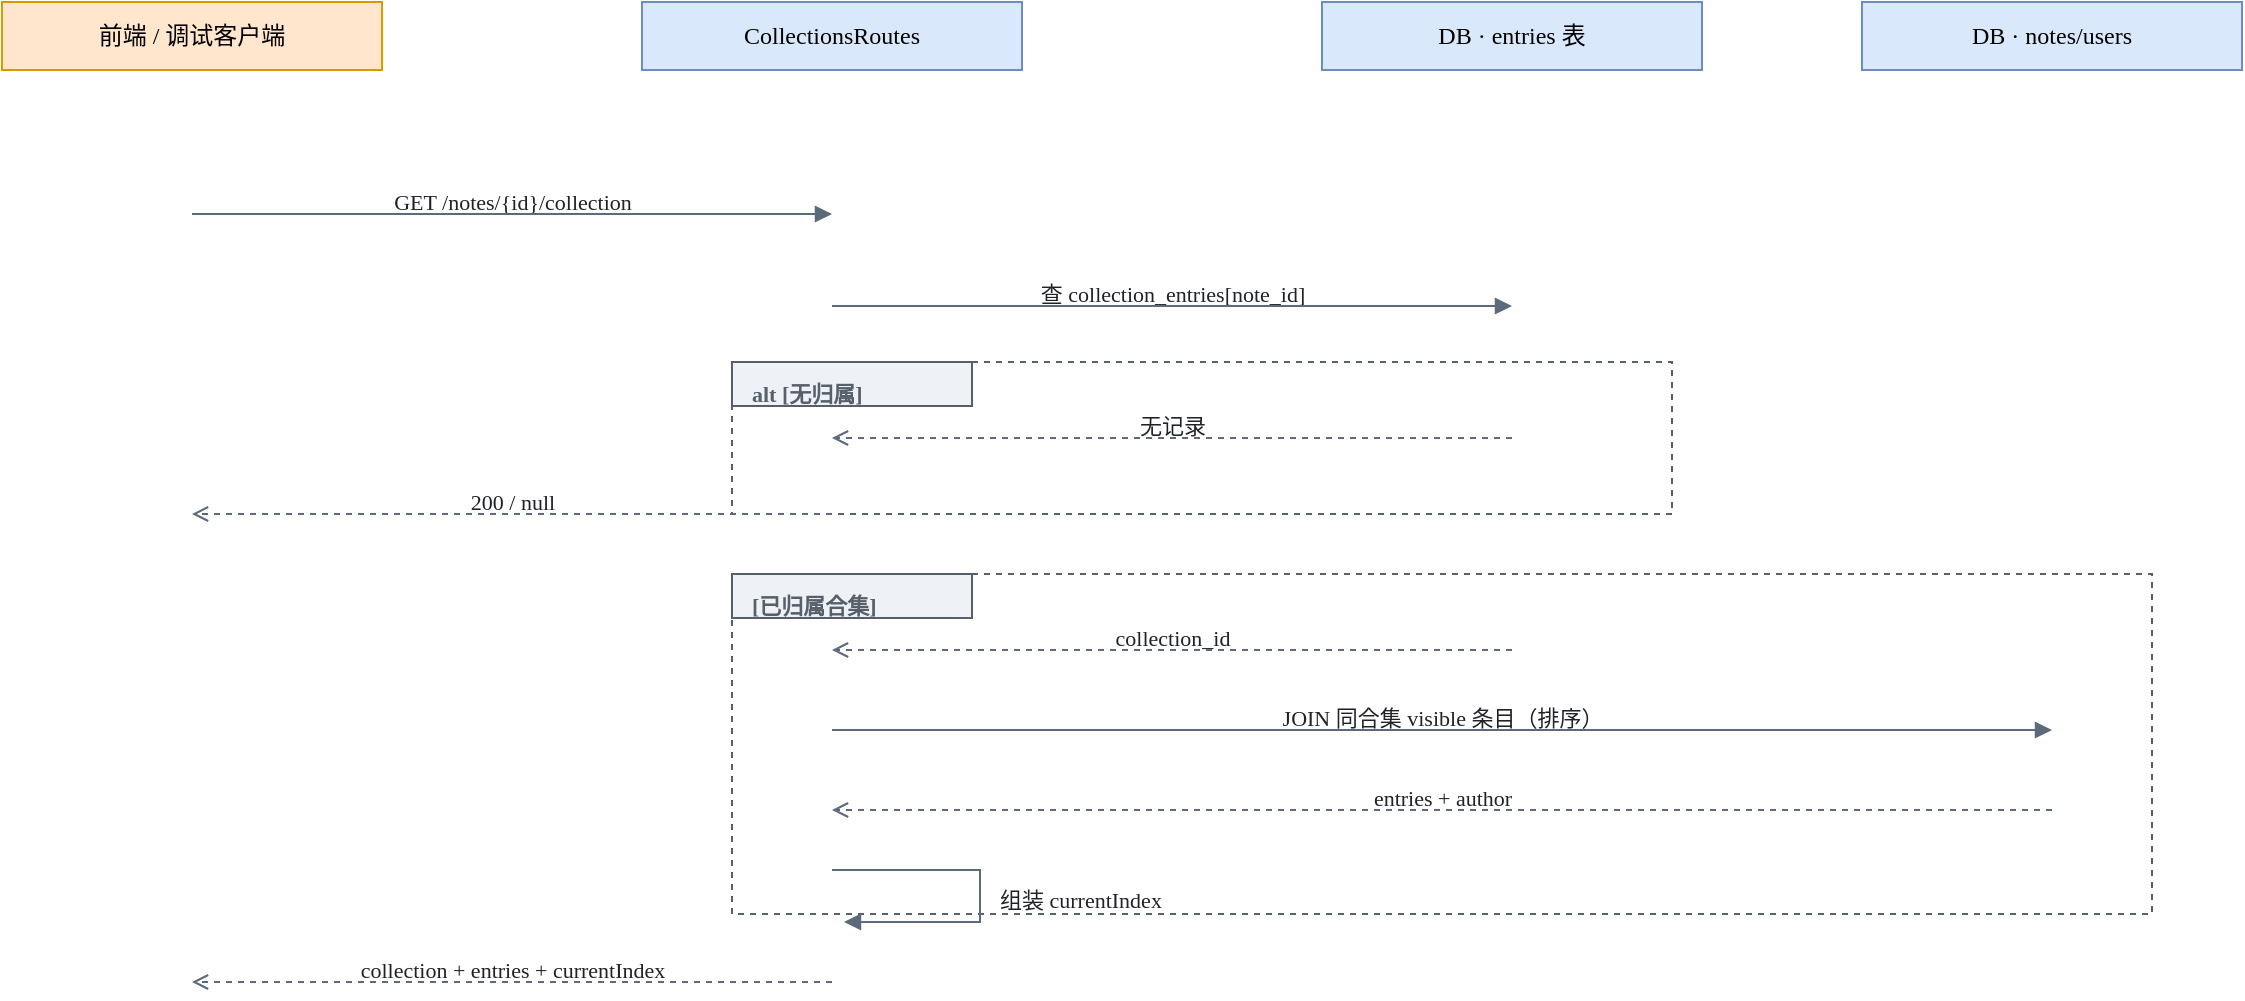
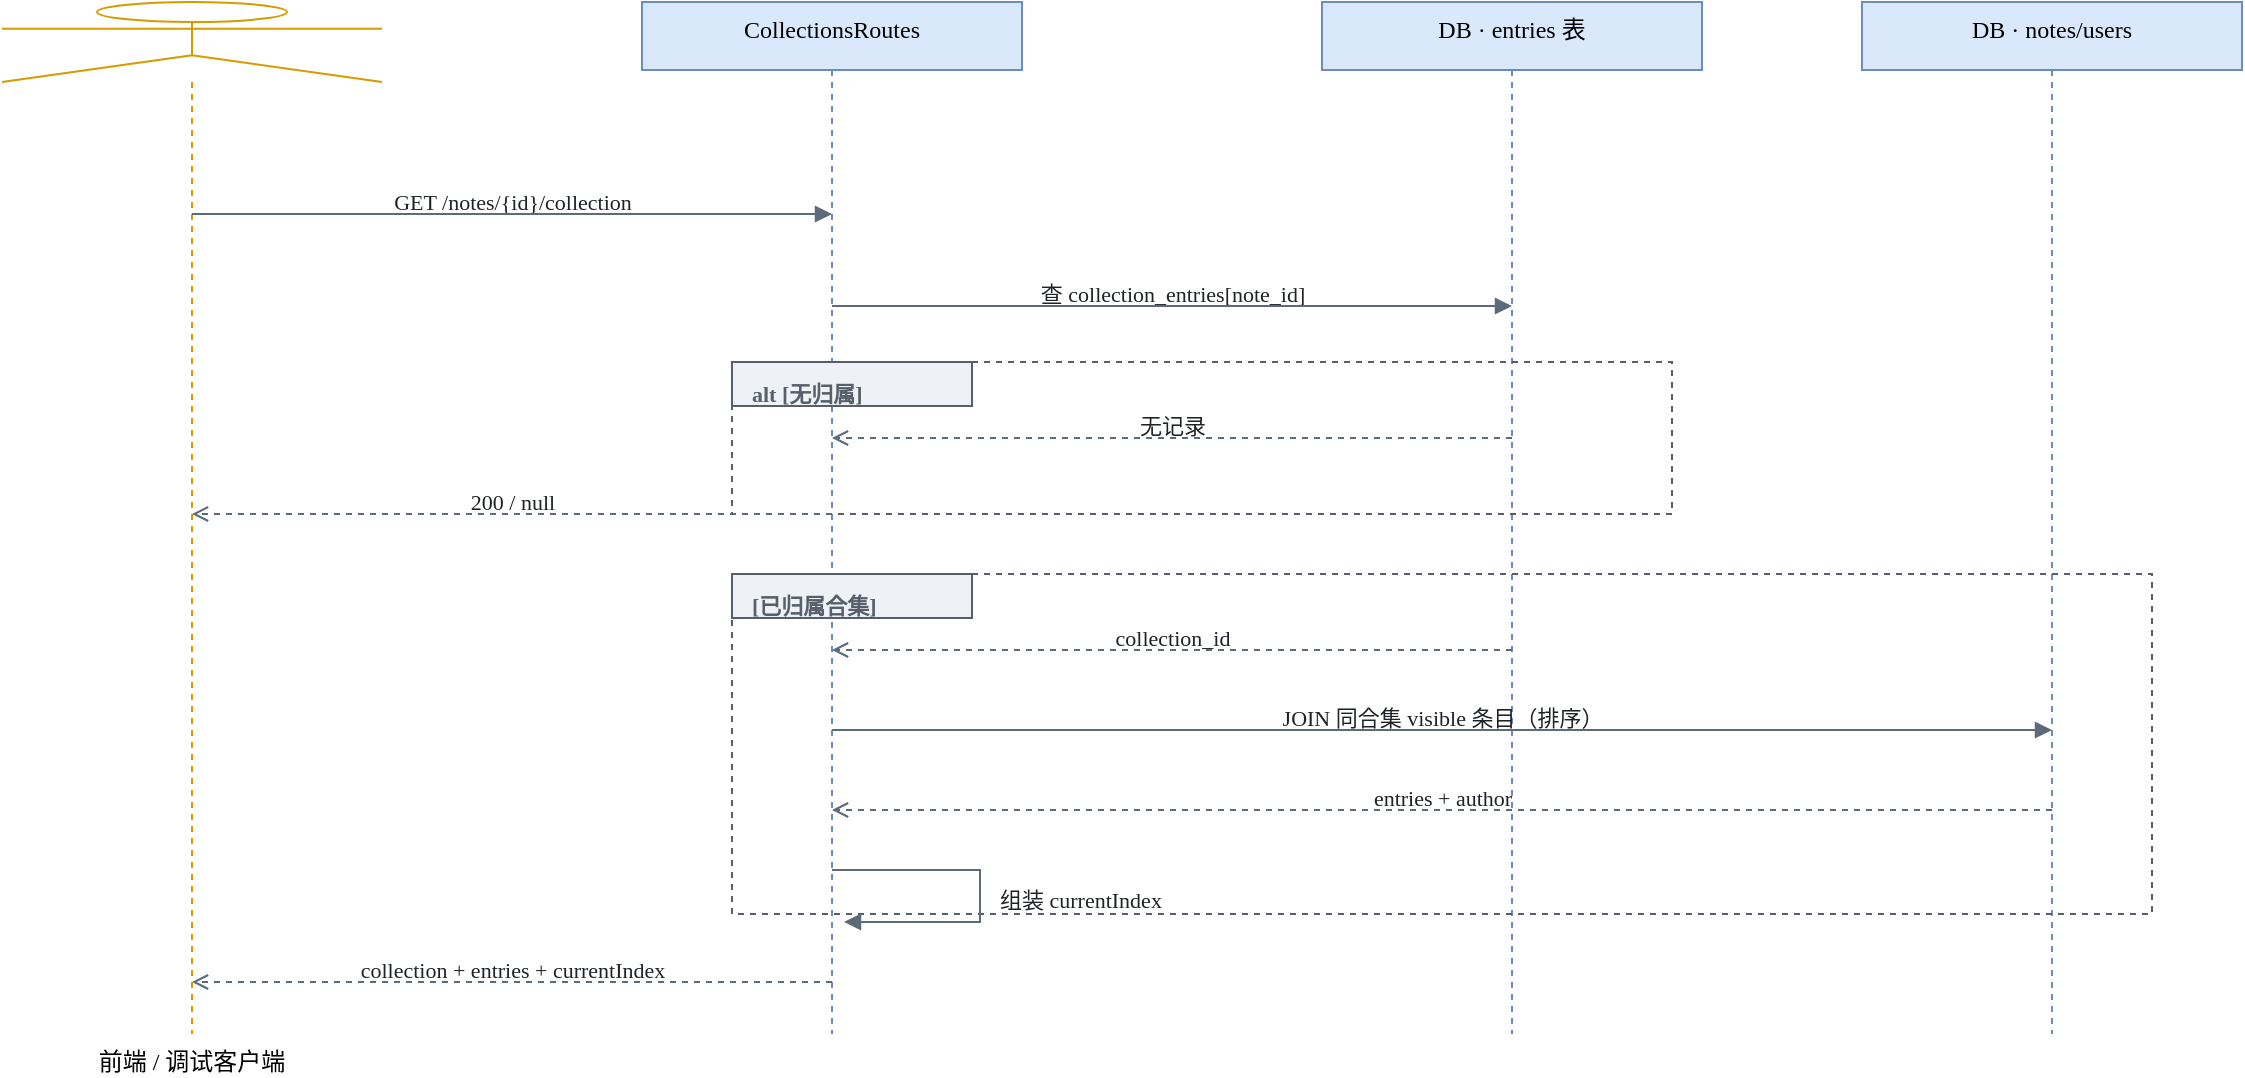
<mxfile host="app.diagrams.net" agent="figlib">
<diagram id="图6-10 顺序图·合集上下文查询" name="图6-10 顺序图·合集上下文查询">
<mxGraphModel dx="1280" dy="820" grid="0" gridSize="10" guides="1" tooltips="1" connect="1" arrows="1" fold="1" page="1" pageScale="1" pageWidth="1200" pageHeight="620" math="0" shadow="0"><root>
<mxCell id="0"/><mxCell id="1" parent="0"/>
- <mxCell id="C" value="前端 / 调试客户端" style="shape=umlLifeline;perimeter=lifelinePerimeter;whiteSpace=wrap;html=1;container=0;collapsible=0;fontFamily=SimSun;fontSize=12;fillColor=#ffe6cc;strokeColor=#d79b00;size=34;" vertex="1" parent="1"><mxGeometry x="65" y="44" width="190" height="34" as="geometry"/></mxCell>
- <mxCell id="API" value="CollectionsRoutes" style="shape=umlLifeline;perimeter=lifelinePerimeter;whiteSpace=wrap;html=1;container=0;collapsible=0;fontFamily=SimSun;fontSize=12;fillColor=#dae8fc;strokeColor=#6c8ebf;size=34;" vertex="1" parent="1"><mxGeometry x="385" y="44" width="190" height="34" as="geometry"/></mxCell>
- <mxCell id="DB" value="DB · entries 表" style="shape=umlLifeline;perimeter=lifelinePerimeter;whiteSpace=wrap;html=1;container=0;collapsible=0;fontFamily=SimSun;fontSize=12;fillColor=#dae8fc;strokeColor=#6c8ebf;size=34;" vertex="1" parent="1"><mxGeometry x="725" y="44" width="190" height="34" as="geometry"/></mxCell>
- <mxCell id="N" value="DB · notes/users" style="shape=umlLifeline;perimeter=lifelinePerimeter;whiteSpace=wrap;html=1;container=0;collapsible=0;fontFamily=SimSun;fontSize=12;fillColor=#dae8fc;strokeColor=#6c8ebf;size=34;" vertex="1" parent="1"><mxGeometry x="995" y="44" width="190" height="34" as="geometry"/></mxCell>
+ <mxCell id="C" value="前端 / 调试客户端" style="shape=umlLifeline;perimeter=lifelinePerimeter;whiteSpace=wrap;html=1;container=1;collapsible=0;recursiveResize=0;outlineConnect=0;fontFamily=SimSun;fontSize=12;verticalAlign=top;fillColor=none;strokeColor=#d79b00;size=40;participant=umlActor;verticalLabelPosition=bottom;labelPosition=center;" vertex="1" parent="1"><mxGeometry x="65" y="44" width="190" height="516" as="geometry"/></mxCell>
+ <mxCell id="API" value="CollectionsRoutes" style="shape=umlLifeline;perimeter=lifelinePerimeter;whiteSpace=wrap;html=1;container=1;collapsible=0;recursiveResize=0;outlineConnect=0;fontFamily=SimSun;fontSize=12;verticalAlign=top;fillColor=#dae8fc;strokeColor=#6c8ebf;size=34;" vertex="1" parent="1"><mxGeometry x="385" y="44" width="190" height="516" as="geometry"/></mxCell>
+ <mxCell id="DB" value="DB · entries 表" style="shape=umlLifeline;perimeter=lifelinePerimeter;whiteSpace=wrap;html=1;container=1;collapsible=0;recursiveResize=0;outlineConnect=0;fontFamily=SimSun;fontSize=12;verticalAlign=top;fillColor=#dae8fc;strokeColor=#6c8ebf;size=34;" vertex="1" parent="1"><mxGeometry x="725" y="44" width="190" height="516" as="geometry"/></mxCell>
+ <mxCell id="N" value="DB · notes/users" style="shape=umlLifeline;perimeter=lifelinePerimeter;whiteSpace=wrap;html=1;container=1;collapsible=0;recursiveResize=0;outlineConnect=0;fontFamily=SimSun;fontSize=12;verticalAlign=top;fillColor=#dae8fc;strokeColor=#6c8ebf;size=34;" vertex="1" parent="1"><mxGeometry x="995" y="44" width="190" height="516" as="geometry"/></mxCell>
<mxCell id="t1" value="GET /notes/{id}/collection" style="text=;html=1;strokeColor=none;fillColor=none;align=center;verticalAlign=top;fontFamily=SimSun;fontSize=11;fontColor=#1f2328;fontStyle=0;" vertex="1" parent="1"><mxGeometry x="170" y="131" width="300" height="16" as="geometry"/></mxCell>
<mxCell id="t2" value="查 collection_entries[note_id]" style="text=;html=1;strokeColor=none;fillColor=none;align=center;verticalAlign=top;fontFamily=SimSun;fontSize=11;fontColor=#1f2328;fontStyle=0;" vertex="1" parent="1"><mxGeometry x="500" y="177" width="300" height="16" as="geometry"/></mxCell>
<mxCell id="fr3" value="" style="whiteSpace=wrap;html=1;fontFamily=SimSun;fontSize=12;fillColor=none;strokeColor=#57606a;dashed=1;align=center;" vertex="1" parent="1"><mxGeometry x="430" y="224" width="470" height="76" as="geometry"/></mxCell>
<mxCell id="frtab4" value="" style="whiteSpace=wrap;html=1;fontFamily=SimSun;fontSize=12;fillColor=#eef2f7;strokeColor=#57606a;align=center;" vertex="1" parent="1"><mxGeometry x="430" y="224" width="120" height="22" as="geometry"/></mxCell>
<mxCell id="t5" value="alt [无归属]" style="text=;html=1;strokeColor=none;fillColor=none;align=left;verticalAlign=top;fontFamily=SimSun;fontSize=11;fontColor=#57606a;fontStyle=1;" vertex="1" parent="1"><mxGeometry x="438" y="227" width="112" height="16" as="geometry"/></mxCell>
<mxCell id="t6" value="无记录" style="text=;html=1;strokeColor=none;fillColor=none;align=center;verticalAlign=top;fontFamily=SimSun;fontSize=11;fontColor=#1f2328;fontStyle=0;" vertex="1" parent="1"><mxGeometry x="500" y="243" width="300" height="16" as="geometry"/></mxCell>
<mxCell id="t7" value="200 / null" style="text=;html=1;strokeColor=none;fillColor=none;align=center;verticalAlign=top;fontFamily=SimSun;fontSize=11;fontColor=#1f2328;fontStyle=0;" vertex="1" parent="1"><mxGeometry x="170" y="281" width="300" height="16" as="geometry"/></mxCell>
<mxCell id="fr8" value="" style="whiteSpace=wrap;html=1;fontFamily=SimSun;fontSize=12;fillColor=none;strokeColor=#57606a;dashed=1;align=center;" vertex="1" parent="1"><mxGeometry x="430" y="330" width="710" height="170" as="geometry"/></mxCell>
<mxCell id="frtab9" value="" style="whiteSpace=wrap;html=1;fontFamily=SimSun;fontSize=12;fillColor=#eef2f7;strokeColor=#57606a;align=center;" vertex="1" parent="1"><mxGeometry x="430" y="330" width="120" height="22" as="geometry"/></mxCell>
<mxCell id="t10" value="[已归属合集]" style="text=;html=1;strokeColor=none;fillColor=none;align=left;verticalAlign=top;fontFamily=SimSun;fontSize=11;fontColor=#57606a;fontStyle=1;" vertex="1" parent="1"><mxGeometry x="438" y="333" width="112" height="16" as="geometry"/></mxCell>
<mxCell id="t11" value="collection_id" style="text=;html=1;strokeColor=none;fillColor=none;align=center;verticalAlign=top;fontFamily=SimSun;fontSize=11;fontColor=#1f2328;fontStyle=0;" vertex="1" parent="1"><mxGeometry x="500" y="349" width="300" height="16" as="geometry"/></mxCell>
<mxCell id="t12" value="JOIN 同合集 visible 条目（排序）" style="text=;html=1;strokeColor=none;fillColor=none;align=center;verticalAlign=top;fontFamily=SimSun;fontSize=11;fontColor=#1f2328;fontStyle=0;" vertex="1" parent="1"><mxGeometry x="635" y="389" width="300" height="16" as="geometry"/></mxCell>
<mxCell id="t13" value="entries + author" style="text=;html=1;strokeColor=none;fillColor=none;align=center;verticalAlign=top;fontFamily=SimSun;fontSize=11;fontColor=#1f2328;fontStyle=0;" vertex="1" parent="1"><mxGeometry x="635" y="429" width="300" height="16" as="geometry"/></mxCell>
<mxCell id="t14" value="组装 currentIndex" style="text=;html=1;strokeColor=none;fillColor=none;align=left;verticalAlign=top;fontFamily=SimSun;fontSize=11;fontColor=#1f2328;fontStyle=0;" vertex="1" parent="1"><mxGeometry x="562" y="480" width="260" height="30" as="geometry"/></mxCell>
<mxCell id="t15" value="collection + entries + currentIndex" style="text=;html=1;strokeColor=none;fillColor=none;align=center;verticalAlign=top;fontFamily=SimSun;fontSize=11;fontColor=#1f2328;fontStyle=0;" vertex="1" parent="1"><mxGeometry x="170" y="515" width="300" height="16" as="geometry"/></mxCell>
<mxCell id="e0" value="" style="html=1;rounded=0;endArrow=block;endFill=1;strokeColor=#5b6b7b;fontFamily=SimSun;fontSize=11;fontColor=#57606a;" edge="1" parent="1"><mxGeometry relative="1" as="geometry"><mxPoint x="160" y="150" as="sourcePoint"/><mxPoint x="480" y="150" as="targetPoint"/></mxGeometry></mxCell>
<mxCell id="e1" value="" style="html=1;rounded=0;endArrow=block;endFill=1;strokeColor=#5b6b7b;fontFamily=SimSun;fontSize=11;fontColor=#57606a;" edge="1" parent="1"><mxGeometry relative="1" as="geometry"><mxPoint x="480" y="196" as="sourcePoint"/><mxPoint x="820" y="196" as="targetPoint"/></mxGeometry></mxCell>
<mxCell id="e2" value="" style="html=1;rounded=0;endArrow=open;endFill=0;strokeColor=#5b6b7b;fontFamily=SimSun;fontSize=11;fontColor=#57606a;dashed=1;" edge="1" parent="1"><mxGeometry relative="1" as="geometry"><mxPoint x="820" y="262" as="sourcePoint"/><mxPoint x="480" y="262" as="targetPoint"/></mxGeometry></mxCell>
<mxCell id="e3" value="" style="html=1;rounded=0;endArrow=open;endFill=0;strokeColor=#5b6b7b;fontFamily=SimSun;fontSize=11;fontColor=#57606a;dashed=1;" edge="1" parent="1"><mxGeometry relative="1" as="geometry"><mxPoint x="480" y="300" as="sourcePoint"/><mxPoint x="160" y="300" as="targetPoint"/></mxGeometry></mxCell>
<mxCell id="e4" value="" style="html=1;rounded=0;endArrow=open;endFill=0;strokeColor=#5b6b7b;fontFamily=SimSun;fontSize=11;fontColor=#57606a;dashed=1;" edge="1" parent="1"><mxGeometry relative="1" as="geometry"><mxPoint x="820" y="368" as="sourcePoint"/><mxPoint x="480" y="368" as="targetPoint"/></mxGeometry></mxCell>
<mxCell id="e5" value="" style="html=1;rounded=0;endArrow=block;endFill=1;strokeColor=#5b6b7b;fontFamily=SimSun;fontSize=11;fontColor=#57606a;" edge="1" parent="1"><mxGeometry relative="1" as="geometry"><mxPoint x="480" y="408" as="sourcePoint"/><mxPoint x="1090" y="408" as="targetPoint"/></mxGeometry></mxCell>
<mxCell id="e6" value="" style="html=1;rounded=0;endArrow=open;endFill=0;strokeColor=#5b6b7b;fontFamily=SimSun;fontSize=11;fontColor=#57606a;dashed=1;" edge="1" parent="1"><mxGeometry relative="1" as="geometry"><mxPoint x="1090" y="448" as="sourcePoint"/><mxPoint x="480" y="448" as="targetPoint"/></mxGeometry></mxCell>
<mxCell id="e7" value="" style="html=1;rounded=0;endArrow=block;endFill=1;strokeColor=#5b6b7b;fontFamily=SimSun;fontSize=11;fontColor=#57606a;" edge="1" parent="1"><mxGeometry relative="1" as="geometry"><mxPoint x="480" y="478" as="sourcePoint"/><mxPoint x="486" y="504" as="targetPoint"/><Array as="points"><mxPoint x="554" y="478"/><mxPoint x="554" y="504"/></Array></mxGeometry></mxCell>
<mxCell id="e8" value="" style="html=1;rounded=0;endArrow=open;endFill=0;strokeColor=#5b6b7b;fontFamily=SimSun;fontSize=11;fontColor=#57606a;dashed=1;" edge="1" parent="1"><mxGeometry relative="1" as="geometry"><mxPoint x="480" y="534" as="sourcePoint"/><mxPoint x="160" y="534" as="targetPoint"/></mxGeometry></mxCell>
</root></mxGraphModel></diagram></mxfile>